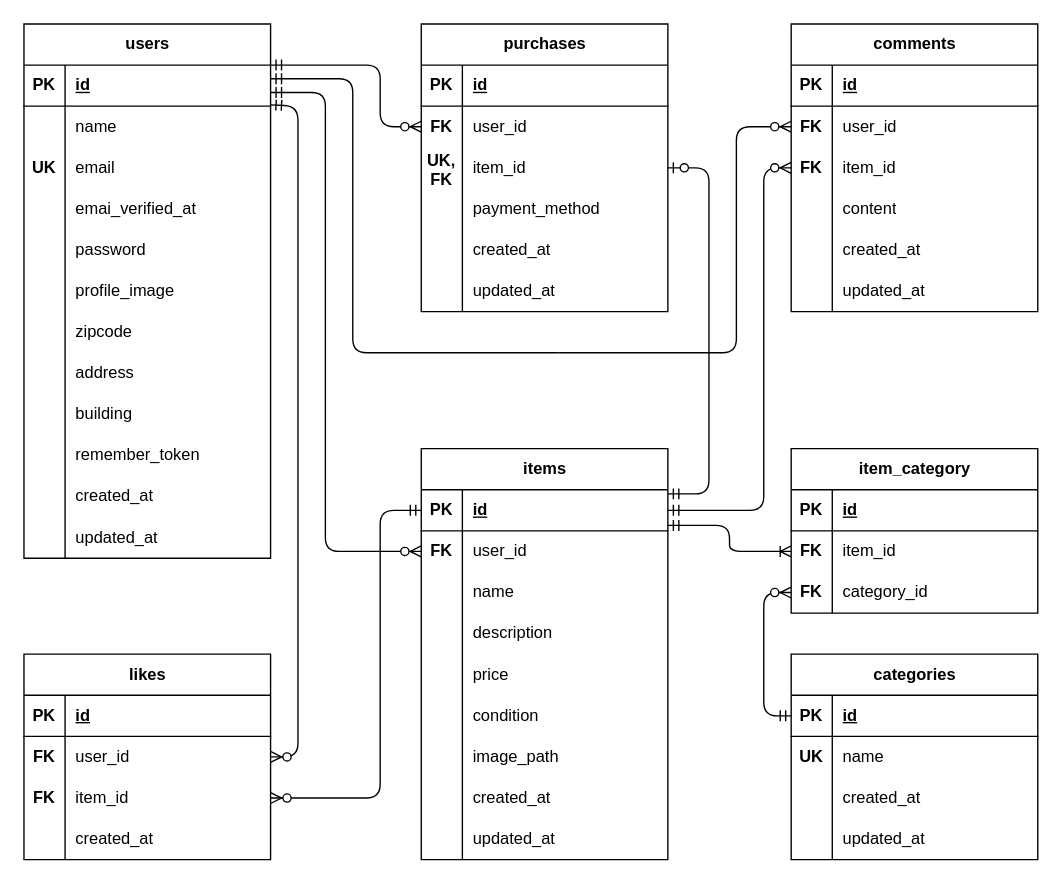
Above: ER.drawio in m-sato310/makio-mogi1 (draw.io), before the change. Source tidied: cells renumbered, new cells numbered last; positions are measured from the earlier drawing's top-left corner, leaving out a move shared by most shapes. Both pictures are drawn from the tidied source at 137%, with x=0, y=0 at pixel (23, 23).
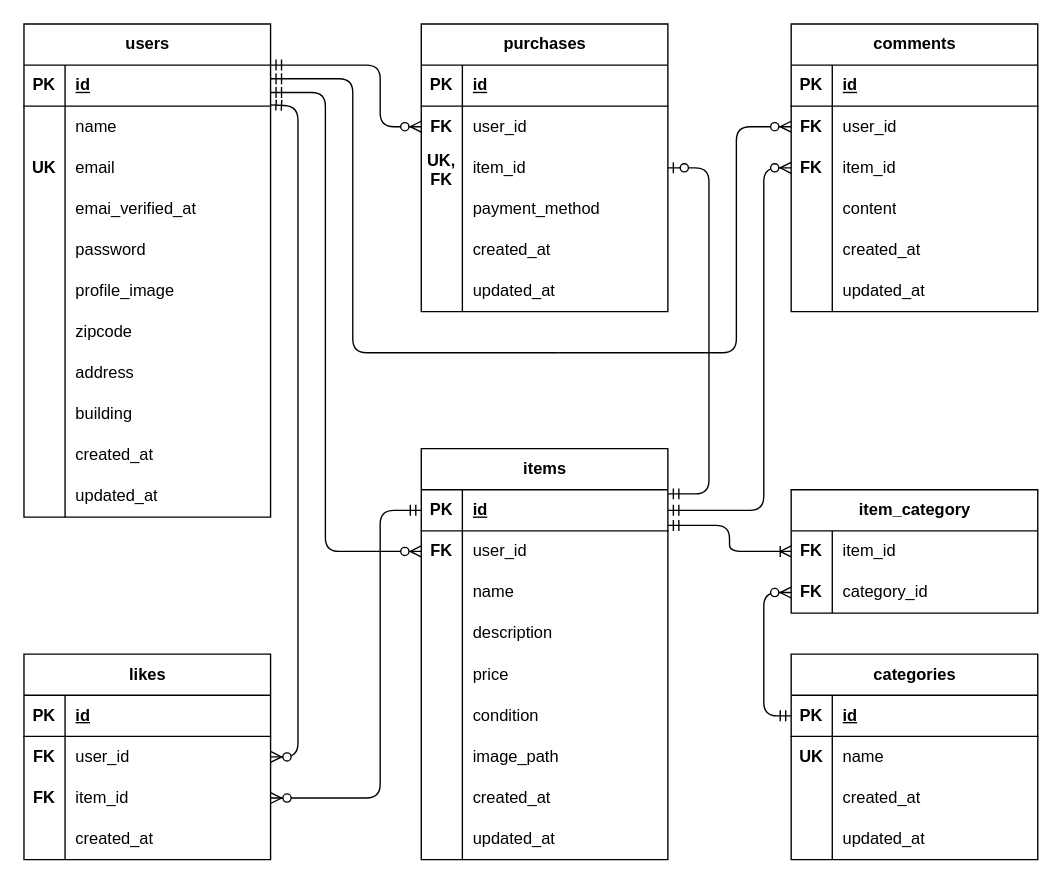
The same diagram, later.

Change to the diagram source:
```diff
@@
     <mxCell id="2" value="users" style="shape=table;startSize=30;childLayout=tableLayout;rowLines=0;fontStyle=1;align=center;html=1;" parent="1" vertex="1">
-      <mxGeometry width="180" height="390" as="geometry" />
+      <mxGeometry width="180" height="360" as="geometry" />
     </mxCell>
@@
-    <mxCell id="30" style="shape=tableRow;horizontal=0;startSize=0;swimlaneHead=0;swimlaneBody=0;fillColor=none;top=0;left=0;right=0;bottom=0;" parent="2" vertex="1">
-      <mxGeometry y="300" width="180" height="30" as="geometry" />
-    </mxCell>
-    <mxCell id="31" style="shape=partialRectangle;fillColor=none;top=0;left=0;bottom=0;right=0;overflow=hidden;whiteSpace=wrap;html=1;" parent="30" vertex="1">
-      <mxGeometry width="30" height="30" as="geometry" />
-    </mxCell>
-    <mxCell id="32" value="remember_token" style="shape=partialRectangle;fillColor=none;top=0;left=0;bottom=0;right=0;align=left;spacingLeft=6;overflow=hidden;whiteSpace=wrap;html=1;" parent="30" vertex="1">
-      <mxGeometry x="30" width="150" height="30" as="geometry" />
-    </mxCell>
     <mxCell id="33" style="shape=tableRow;horizontal=0;startSize=0;swimlaneHead=0;swimlaneBody=0;fillColor=none;top=0;left=0;right=0;bottom=0;" parent="2" vertex="1">
-      <mxGeometry y="330" width="180" height="30" as="geometry" />
+      <mxGeometry y="300" width="180" height="30" as="geometry" />
     </mxCell>
@@
     <mxCell id="36" style="shape=tableRow;horizontal=0;startSize=0;swimlaneHead=0;swimlaneBody=0;fillColor=none;top=0;left=0;right=0;bottom=0;" parent="2" vertex="1">
-      <mxGeometry y="360" width="180" height="30" as="geometry" />
+      <mxGeometry y="330" width="180" height="30" as="geometry" />
     </mxCell>
@@
     <mxCell id="80" value="item_category" style="shape=table;startSize=30;childLayout=tableLayout;rowLines=0;fontStyle=1;align=center;html=1;" parent="1" vertex="1">
-      <mxGeometry x="560" y="310" width="180" height="120" as="geometry" />
+      <mxGeometry x="560" y="340" width="180" height="90" as="geometry" />
     </mxCell>
-    <mxCell id="81" style="shape=tableRow;horizontal=0;startSize=0;swimlaneHead=0;swimlaneBody=0;fillColor=none;top=0;left=0;right=0;bottom=1;" parent="80" vertex="1">
-      <mxGeometry y="30" width="180" height="30" as="geometry" />
-    </mxCell>
-    <mxCell id="82" value="PK" style="shape=partialRectangle;fillColor=none;top=0;left=0;bottom=0;right=0;fontStyle=1;overflow=hidden;whiteSpace=wrap;html=1;" parent="81" vertex="1">
-      <mxGeometry width="30" height="30" as="geometry" />
-    </mxCell>
-    <mxCell id="83" value="id" style="shape=partialRectangle;fillColor=none;top=0;left=0;bottom=0;right=0;align=left;spacingLeft=6;fontStyle=5;overflow=hidden;whiteSpace=wrap;html=1;" parent="81" vertex="1">
-      <mxGeometry x="30" width="150" height="30" as="geometry" />
-    </mxCell>
     <mxCell id="84" style="shape=tableRow;horizontal=0;startSize=0;swimlaneHead=0;swimlaneBody=0;fillColor=none;points=[[0,0.5],[1,0.5]];portConstraint=eastwest;top=0;left=0;right=0;bottom=0;" parent="80" vertex="1">
-      <mxGeometry y="60" width="180" height="30" as="geometry" />
+      <mxGeometry y="30" width="180" height="30" as="geometry" />
     </mxCell>
@@
     <mxCell id="87" style="shape=tableRow;horizontal=0;startSize=0;swimlaneHead=0;swimlaneBody=0;fillColor=none;points=[[0,0.5],[1,0.5]];portConstraint=eastwest;top=0;left=0;right=0;bottom=0;" parent="80" vertex="1">
-      <mxGeometry y="90" width="180" height="30" as="geometry" />
+      <mxGeometry y="60" width="180" height="30" as="geometry" />
     </mxCell>
```
